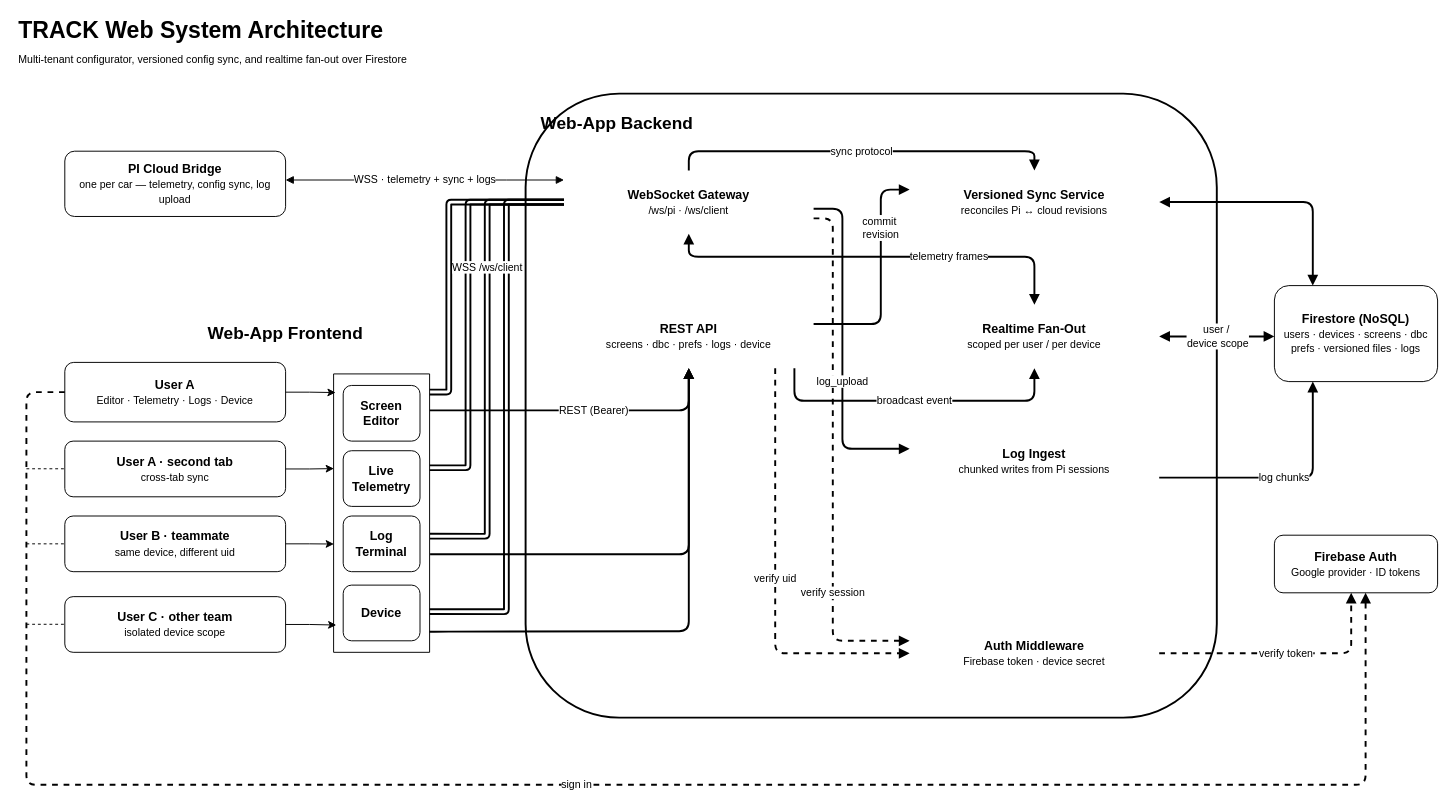
This is documentation/web-app-architecture.drawio from evilspoon13/track-web, a draw.io file, before an edit. Source tidied: cells renumbered, new cells numbered last; positions are measured from the earlier drawing's top-left corner, leaving out a move shared by most shapes. Both pictures are drawn from the tidied source at 96%, with x=0, y=0 at pixel (16, 16).
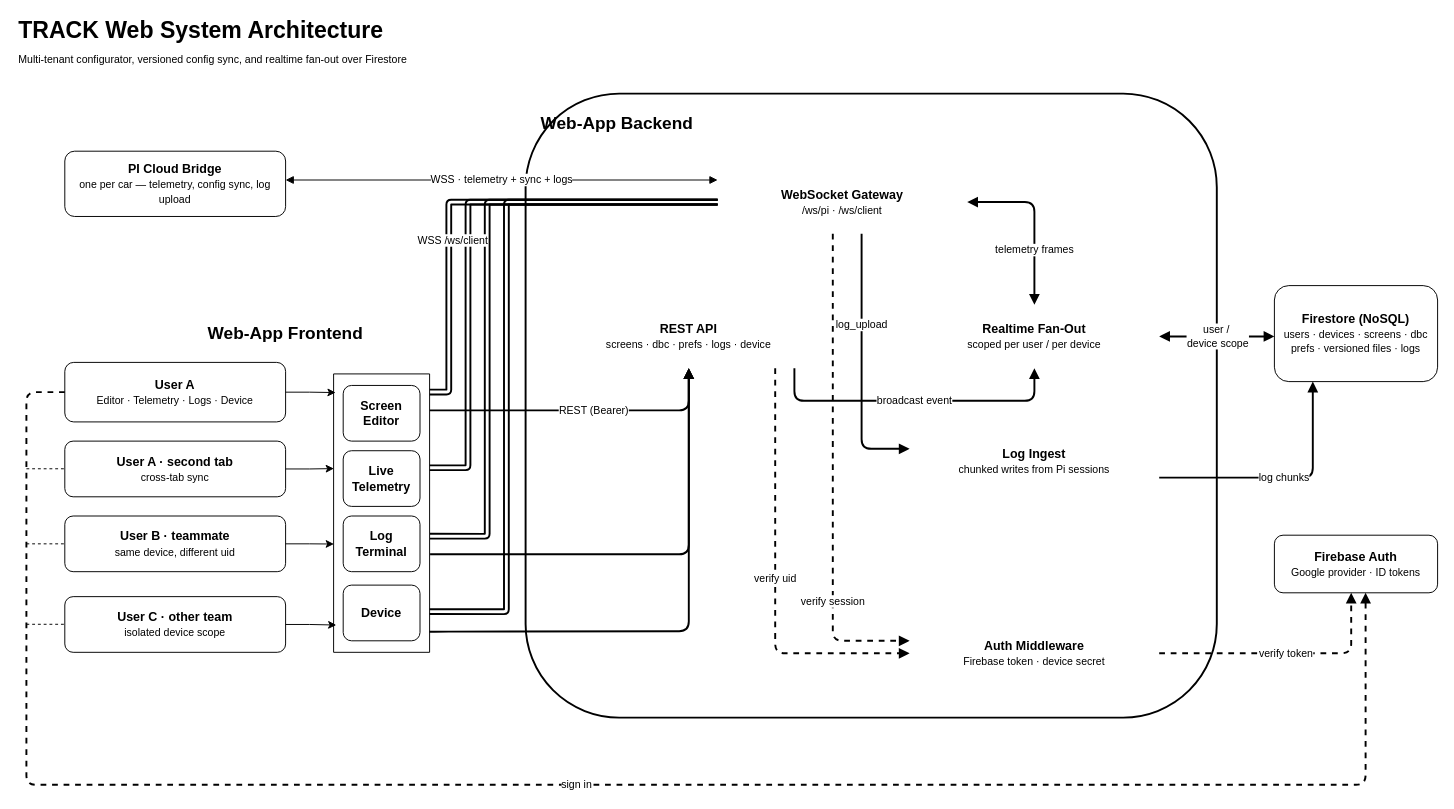
Above is the later version.

Unchanged cells that the change refers to:
```xml
<mxCell id="11" value="&lt;font style=&quot;color: light-dark(rgb(0, 0, 0), rgb(0, 0, 0));&quot;&gt;&lt;b&gt;REST API&lt;/b&gt;&lt;br&gt;&lt;font style=&quot;font-size:11px;&quot;&gt;screens · dbc · prefs · logs · device&lt;/font&gt;&lt;/font&gt;" style="rounded=1;whiteSpace=wrap;html=1;strokeColor=none;fillColor=light-dark(#FFFFFF,#3399FF);fontSize=13;fontStyle=0;" parent="1" vertex="1">
  <mxGeometry x="570" y="300" width="260" height="66" as="geometry" />
</mxCell>
<mxCell id="14" value="&lt;font style=&quot;color: light-dark(rgb(0, 0, 0), rgb(23, 23, 23));&quot;&gt;&lt;b&gt;Realtime Fan-Out&lt;/b&gt;&lt;br&gt;&lt;font style=&quot;font-size:11px;&quot;&gt;scoped per user / per device&lt;/font&gt;&lt;/font&gt;" style="rounded=1;whiteSpace=wrap;html=1;strokeColor=none;strokeWidth=2;fillColor=light-dark(#FFFFFF,#3399FF);fontSize=13;fontStyle=0;" parent="1" vertex="1">
  <mxGeometry x="930" y="300" width="260" height="66" as="geometry" />
</mxCell>
<mxCell id="15" value="&lt;font style=&quot;color: light-dark(rgb(0, 0, 0), rgb(0, 0, 0));&quot;&gt;&lt;b&gt;Log Ingest&lt;/b&gt;&lt;br&gt;&lt;font style=&quot;font-size:11px;&quot;&gt;chunked writes from Pi sessions&lt;/font&gt;&lt;/font&gt;" style="rounded=1;whiteSpace=wrap;html=1;strokeColor=none;fillColor=light-dark(#FFFFFF,#3399FF);fontSize=13;fontStyle=0;" parent="1" vertex="1">
  <mxGeometry x="930" y="430" width="260" height="66" as="geometry" />
</mxCell>
<mxCell id="16" value="&lt;b&gt;Firestore (NoSQL)&lt;/b&gt;&lt;br/&gt;&lt;font style=&quot;font-size:11px;&quot;&gt;users · devices · screens · dbc&lt;br/&gt;prefs ·   versioned files · logs&lt;/font&gt;" style="rounded=1;whiteSpace=wrap;html=1;strokeColor=#000000;fillColor=#FFFFFF;fontSize=13;fontStyle=0;" parent="1" vertex="1">
  <mxGeometry x="1310" y="280" width="170" height="100" as="geometry" />
</mxCell>
```

What changed in the source:
```diff
@@
     <mxCell id="10" value="&lt;font style=&quot;color: light-dark(rgb(0, 0, 0), rgb(0, 0, 0));&quot;&gt;&lt;b&gt;WebSocket Gateway&lt;/b&gt;&lt;br&gt;&lt;font style=&quot;font-size:11px;&quot;&gt;/ws/pi  ·  /ws/client&lt;/font&gt;&lt;/font&gt;" style="rounded=1;whiteSpace=wrap;html=1;strokeColor=none;strokeWidth=2;fillColor=light-dark(#FFFFFF,#3399FF);fontSize=13;fontStyle=0;" parent="1" vertex="1">
-      <mxGeometry x="570" y="160" width="260" height="66" as="geometry" />
+      <mxGeometry x="730" y="160" width="260" height="66" as="geometry" />
     </mxCell>
@@
-    <mxCell id="13" value="&lt;font style=&quot;color: light-dark(rgb(0, 0, 0), rgb(10, 10, 10));&quot;&gt;&lt;b&gt;Versioned Sync Service&lt;/b&gt;&lt;br&gt;&lt;font style=&quot;font-size:11px;&quot;&gt;reconciles Pi ↔ cloud revisions&lt;/font&gt;&lt;/font&gt;" style="rounded=1;whiteSpace=wrap;html=1;strokeColor=none;fillColor=light-dark(#FFFFFF,#3399FF);fontSize=13;fontStyle=0;" parent="1" vertex="1">
-      <mxGeometry x="930" y="160" width="260" height="66" as="geometry" />
-    </mxCell>
@@
-    <mxCell id="27" value="commit&amp;nbsp;&lt;div&gt;revision&lt;/div&gt;" style="edgeStyle=orthogonalEdgeStyle;rounded=1;jettySize=auto;html=1;strokeColor=#000000;strokeWidth=2;fontSize=11;endArrow=block;endFill=1;" parent="1" edge="1" source="11" target="13">
-      <mxGeometry x="0.42" relative="1" as="geometry">
-        <Array as="points">
-          <mxPoint x="900" y="320" />
-          <mxPoint x="900" y="180" />
-        </Array>
-      </mxGeometry>
-    </mxCell>
-    <mxCell id="28" value="sync protocol" style="edgeStyle=orthogonalEdgeStyle;rounded=1;jettySize=auto;html=1;strokeColor=#000000;strokeWidth=2;fontSize=11;s   tartArrow=block;startFill=1;endArrow=block;endFill=1;" parent="1" edge="1" source="10" target="13">
-      <mxGeometry relative="1" as="geometry">
-        <Array as="points">
-          <mxPoint x="700" y="140" />
-          <mxPoint x="1060" y="140" />
-        </Array>
-      </mxGeometry>
-    </mxCell>
@@
     <mxCell id="30" value="telemetry frames" style="edgeStyle=orthogonalEdgeStyle;rounded=1;jettySize=auto;html=1;strokeColor=#000000;strokeWidth=2;fontSize=11   ;startArrow=block;startFill=1;endArrow=block;endFill=1;" parent="1" edge="1" source="10" target="14">
       <mxGeometry x="0.36" relative="1" as="geometry">
         <Array as="points">
-          <mxPoint x="700" y="250" />
-          <mxPoint x="1060" y="250" />
+          <mxPoint x="1060" y="193" />
         </Array>
       </mxGeometry>
     </mxCell>
     <mxCell id="31" value="log_upload" style="edgeStyle=orthogonalEdgeStyle;rounded=1;jettySize=auto;html=1;strokeColor=#000000;strokeWidth=2;fontSize=11;endArrow=block;endFill=1;" parent="1" edge="1" source="10" target="15">
-      <mxGeometry x="0.2" relative="1" as="geometry">
+      <mxGeometry x="-0.31" relative="1" as="geometry">
         <Array as="points">
-          <mxPoint x="860" y="200" />
-          <mxPoint x="860" y="450" />
+          <mxPoint x="880" y="450" />
         </Array>
       </mxGeometry>
     </mxCell>
-    <mxCell id="32" value="versioned writes" style="edgeStyle=orthogonalEdgeStyle;rounded=1;jettySize=auto;html=1;strokeColor=#000000;strokeWidth=2;fontSize=1   1;startArrow=block;startFill=1;endArrow=block;endFill=1;" parent="1" edge="1" source="13" target="16">
-      <mxGeometry relative="1" as="geometry">
-        <Array as="points">
-          <mxPoint x="1350" y="193" />
-        </Array>
-      </mxGeometry>
-    </mxCell>
```
